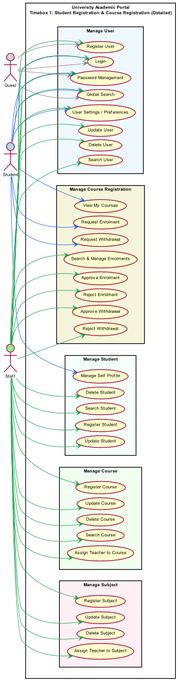
Before: out/usecase/Timebox1_UseCaseDiagram/Timebox1_UseCaseDiagram.png, a diagram exported from PlantUML (KyawMyoHtay1/academic-portal).
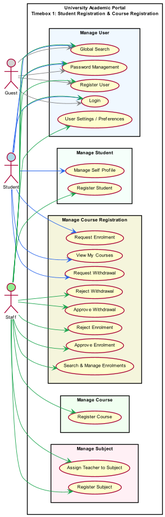
Above is the later version.

What changed in the source:
```diff
@@ -4,61 +4,49 @@
 skinparam shadowing false
 skinparam dpi 300
 
-scale 0.85
+scale 0.9
 skinparam defaultFontSize 9
-skinparam ranksep 8
+skinparam ranksep 10
 skinparam nodesep 8
-skinparam RectanglePadding 5
+skinparam RectanglePadding 8
 
 actor Guest #LightGray
 actor Student #LightBlue
 actor Staff #LightGreen
 
-rectangle "University Academic Portal\nTimebox 1: Student Registration & Course Registration (Detailed)" #White {
+rectangle "University Academic Portal\nTimebox 1: Student Registration & Course Registration" #White {
 
   rectangle "Manage User" #AliceBlue {
     usecase "Register User" as UC1
     usecase "Login" as UC2
-    usecase "Update User" as UC1b
-    usecase "Delete User" as UC1c
-    usecase "Search User" as UC1d
+    usecase "Global Search" as UC5
     usecase "Password Management" as UC3
     usecase "User Settings / Preferences" as UC4
-    usecase "Global Search" as UC5
   }
 
   rectangle "Manage Student" #MintCream {
+    usecase "Manage Self Profile" as UC7
     usecase "Register Student" as UC6
-    usecase "Update Student" as UC6b
-    usecase "Delete Student" as UC6c
-    usecase "Search Student" as UC6d
-    usecase "Manage Self Profile" as UC7
+  }
+
+  rectangle "Manage Course Registration" #Beige {
+    usecase "View My Courses" as UC13
+    usecase "Request Withdrawal" as UC12
+    usecase "Request Enrolment" as UC11
+    usecase "Reject Enrolment" as UC15
+    usecase "Approve Enrolment" as UC14
+    usecase "Search & Manage Enrolments" as UC18
+    usecase "Reject Withdrawal" as UC17
+    usecase "Approve Withdrawal" as UC16
   }
 
   rectangle "Manage Course" #Honeydew {
     usecase "Register Course" as UC8
-    usecase "Update Course" as UC8b
-    usecase "Delete Course" as UC8c
-    usecase "Search Course" as UC8d
-    usecase "Assign Teacher to Course" as UC8e
   }
 
   rectangle "Manage Subject" #LavenderBlush {
+    usecase "Assign Teacher to Subject" as UC10
     usecase "Register Subject" as UC9
-    usecase "Update Subject" as UC9b
-    usecase "Delete Subject" as UC9c
-    usecase "Assign Teacher to Subject" as UC10
-  }
-
-  rectangle "Manage Course Registration" #Beige {
-    usecase "Request Enrolment" as UC11
-    usecase "Request Withdrawal" as UC12
-    usecase "View My Courses" as UC13
-    usecase "Approve Enrolment" as UC14
-    usecase "Reject Enrolment" as UC15
-    usecase "Approve Withdrawal" as UC16
-    usecase "Reject Withdrawal" as UC17
-    usecase "Search & Manage Enrolments" as UC18
   }
 }
 
@@ -69,7 +57,6 @@
 
 Student -[#2563EB]-> UC2
 Student -[#2563EB]-> UC3
-Student -[#2563EB]-> UC4
 Student -[#2563EB]-> UC5
 Student -[#2563EB]-> UC7
 Student -[#2563EB]-> UC11
@@ -77,29 +64,22 @@
 Student -[#2563EB]-> UC13
 
 Staff -[#16A34A]-> UC1
-Staff -[#16A34A]-> UC1b
-Staff -[#16A34A]-> UC1c
-Staff -[#16A34A]-> UC1d
 Staff -[#16A34A]-> UC2
 Staff -[#16A34A]-> UC3
 Staff -[#16A34A]-> UC4
 Staff -[#16A34A]-> UC5
+
 Staff -[#16A34A]-> UC6
-Staff -[#16A34A]-> UC6b
-Staff -[#16A34A]-> UC6c
-Staff -[#16A34A]-> UC6d
-Staff -[#16A34A]-> UC8
-Staff -[#16A34A]-> UC8b
-Staff -[#16A34A]-> UC8c
-Staff -[#16A34A]-> UC8d
-Staff -[#16A34A]-> UC8e
-Staff -[#16A34A]-> UC9
-Staff -[#16A34A]-> UC9b
-Staff -[#16A34A]-> UC9c
-Staff -[#16A34A]-> UC10
+
 Staff -[#16A34A]-> UC14
 Staff -[#16A34A]-> UC15
 Staff -[#16A34A]-> UC16
 Staff -[#16A34A]-> UC17
 Staff -[#16A34A]-> UC18
+
+Staff -[#16A34A]-> UC8
+
+Staff -[#16A34A]-> UC9
+Staff -[#16A34A]-> UC10
+
 @enduml
```
